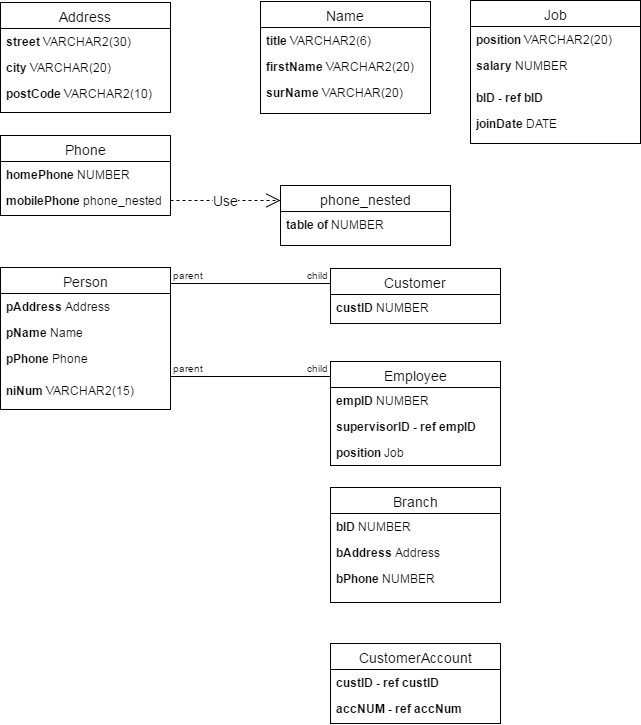
Before: Coursework/UML Diagram.png, a diagram exported from draw.io (tomkopx/Advanced-databases). Source tidied: cells renumbered, new cells last; positions are measured from the earlier drawing's top-left corner, leaving out a move shared by most shapes.
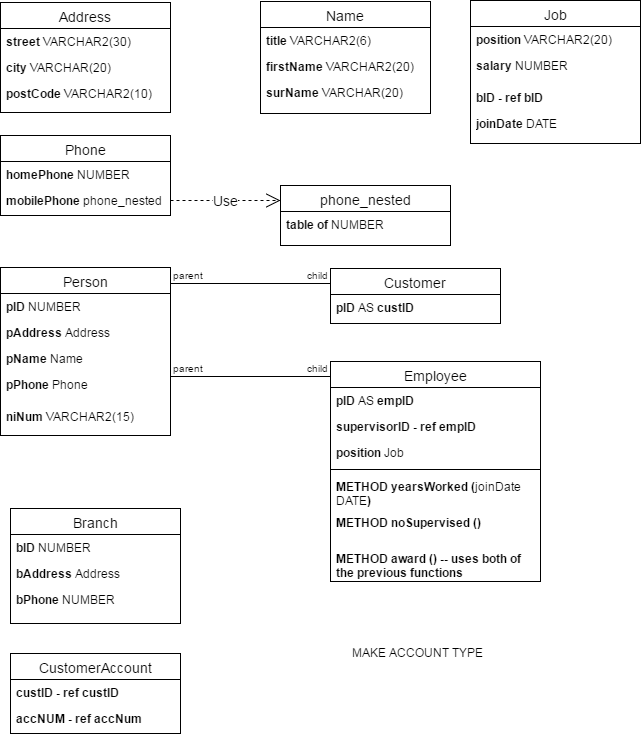
The same file after the commit.

What changed in the source:
```diff
@@ -60,24 +60,27 @@
       <mxGeometry y="110" width="170" height="26" as="geometry" />
     </mxCell>
     <mxCell id="21" value="Person" style="swimlane;html=1;fontStyle=0;horizontal=1;startSize=26;fillColor=none;swimlaneFillColor=#ffffff;fontSize=14;" parent="1" vertex="1">
-      <mxGeometry y="267" width="170" height="142" as="geometry" />
+      <mxGeometry y="267" width="170" height="168" as="geometry" />
     </mxCell>
-    <mxCell id="22" value="&lt;b&gt;pAddress &lt;/b&gt;Address" style="text;html=1;strokeColor=none;fillColor=none;align=left;verticalAlign=top;spacingLeft=4;spacingRight=4;whiteSpace=wrap;overflow=hidden;" parent="21" vertex="1">
+    <mxCell id="22" value="&lt;b&gt;pID &lt;/b&gt;NUMBER" style="text;html=1;strokeColor=none;fillColor=none;align=left;verticalAlign=top;spacingLeft=4;spacingRight=4;whiteSpace=wrap;overflow=hidden;" parent="21" vertex="1">
       <mxGeometry y="26" width="170" height="26" as="geometry" />
     </mxCell>
+    <mxCell id="45" value="&lt;b&gt;pAddress &lt;/b&gt;Address" style="text;html=1;strokeColor=none;fillColor=none;align=left;verticalAlign=top;spacingLeft=4;spacingRight=4;whiteSpace=wrap;overflow=hidden;" parent="21" vertex="1">
+      <mxGeometry y="52" width="170" height="26" as="geometry" />
+    </mxCell>
     <mxCell id="23" value="&lt;b&gt;pName &lt;/b&gt;Name" style="text;html=1;strokeColor=none;fillColor=none;align=left;verticalAlign=top;spacingLeft=4;spacingRight=4;whiteSpace=wrap;overflow=hidden;" parent="21" vertex="1">
-      <mxGeometry y="52" width="170" height="26" as="geometry" />
+      <mxGeometry y="78" width="170" height="26" as="geometry" />
     </mxCell>
     <mxCell id="24" value="&lt;b&gt;pPhone &lt;/b&gt;Phone" style="text;html=1;strokeColor=none;fillColor=none;align=left;verticalAlign=top;spacingLeft=4;spacingRight=4;whiteSpace=wrap;overflow=hidden;" parent="21" vertex="1">
-      <mxGeometry y="78" width="170" height="32" as="geometry" />
+      <mxGeometry y="104" width="170" height="32" as="geometry" />
     </mxCell>
     <mxCell id="25" value="&lt;b&gt;niNum &lt;/b&gt;VARCHAR2(15)" style="text;html=1;strokeColor=none;fillColor=none;align=left;verticalAlign=top;spacingLeft=4;spacingRight=4;whiteSpace=wrap;overflow=hidden;" parent="21" vertex="1">
-      <mxGeometry y="110" width="170" height="32" as="geometry" />
+      <mxGeometry y="136" width="170" height="32" as="geometry" />
     </mxCell>
     <mxCell id="26" value="Customer" style="swimlane;html=1;fontStyle=0;horizontal=1;startSize=26;fillColor=none;swimlaneFillColor=#ffffff;fontSize=14;" parent="1" vertex="1">
       <mxGeometry x="330" y="268" width="170" height="55" as="geometry" />
     </mxCell>
-    <mxCell id="27" value="&lt;b&gt;custID &lt;/b&gt;NUMBER" style="text;html=1;strokeColor=none;fillColor=none;align=left;verticalAlign=top;spacingLeft=4;spacingRight=4;whiteSpace=wrap;overflow=hidden;" parent="26" vertex="1">
+    <mxCell id="27" value="&lt;b&gt;pID &lt;/b&gt;AS &lt;b&gt;custID&lt;/b&gt;" style="text;html=1;strokeColor=none;fillColor=none;align=left;verticalAlign=top;spacingLeft=4;spacingRight=4;whiteSpace=wrap;overflow=hidden;" parent="26" vertex="1">
       <mxGeometry y="26" width="170" height="26" as="geometry" />
     </mxCell>
     <mxCell id="28" style="endArrow=none;html=1;edgeStyle=orthogonalEdgeStyle;fontSize=14;" parent="1" edge="1">
@@ -93,17 +96,29 @@
       <mxGeometry x="1" relative="1" as="geometry" />
     </mxCell>
     <mxCell id="31" value="Employee" style="swimlane;html=1;fontStyle=0;horizontal=1;startSize=26;fillColor=none;swimlaneFillColor=#ffffff;fontSize=14;" parent="1" vertex="1">
-      <mxGeometry x="330" y="361" width="170" height="104" as="geometry" />
+      <mxGeometry x="330" y="361" width="210" height="220" as="geometry" />
     </mxCell>
-    <mxCell id="32" value="&lt;b&gt;empID &lt;/b&gt;NUMBER" style="text;html=1;strokeColor=none;fillColor=none;align=left;verticalAlign=top;spacingLeft=4;spacingRight=4;whiteSpace=wrap;overflow=hidden;" parent="31" vertex="1">
-      <mxGeometry y="26" width="170" height="26" as="geometry" />
+    <mxCell id="32" value="&lt;b&gt;pID &lt;/b&gt;AS &lt;b&gt;empID&lt;/b&gt;" style="text;html=1;strokeColor=none;fillColor=none;align=left;verticalAlign=top;spacingLeft=4;spacingRight=4;whiteSpace=wrap;overflow=hidden;" parent="31" vertex="1">
+      <mxGeometry y="26" width="210" height="26" as="geometry" />
     </mxCell>
     <mxCell id="33" value="&lt;b&gt;supervisorID - ref&amp;nbsp;&lt;/b&gt;&lt;b&gt;empID&lt;/b&gt;" style="text;html=1;strokeColor=none;fillColor=none;align=left;verticalAlign=top;spacingLeft=4;spacingRight=4;whiteSpace=wrap;overflow=hidden;" parent="31" vertex="1">
-      <mxGeometry y="52" width="170" height="26" as="geometry" />
+      <mxGeometry y="52" width="210" height="26" as="geometry" />
     </mxCell>
     <mxCell id="34" value="&lt;b&gt;position &lt;/b&gt;Job" style="text;html=1;strokeColor=none;fillColor=none;align=left;verticalAlign=top;spacingLeft=4;spacingRight=4;whiteSpace=wrap;overflow=hidden;" parent="31" vertex="1">
-      <mxGeometry y="78" width="170" height="26" as="geometry" />
+      <mxGeometry y="78" width="210" height="26" as="geometry" />
     </mxCell>
+    <mxCell id="46" style="line;html=1;strokeWidth=1;fillColor=none;align=left;verticalAlign=middle;spacingTop=-1;spacingLeft=3;spacingRight=3;labelPosition=right;" parent="31" vertex="1">
+      <mxGeometry y="104" width="210" height="8" as="geometry" />
+    </mxCell>
+    <mxCell id="47" value="&lt;b&gt;METHOD yearsWorked (&lt;/b&gt;joinDate DATE&lt;b&gt;)&lt;/b&gt;" style="text;html=1;strokeColor=none;fillColor=none;align=left;verticalAlign=top;spacingLeft=4;spacingRight=4;whiteSpace=wrap;overflow=hidden;perimeterSpacing=5;" parent="31" vertex="1">
+      <mxGeometry y="112" width="210" height="36" as="geometry" />
+    </mxCell>
+    <mxCell id="48" value="&lt;b&gt;METHOD noSupervised (&lt;/b&gt;&lt;b&gt;)&lt;/b&gt;" style="text;html=1;strokeColor=none;fillColor=none;align=left;verticalAlign=top;spacingLeft=4;spacingRight=4;whiteSpace=wrap;overflow=hidden;" parent="31" vertex="1">
+      <mxGeometry y="148" width="210" height="36" as="geometry" />
+    </mxCell>
+    <mxCell id="49" value="&lt;b&gt;METHOD award (&lt;/b&gt;&lt;b&gt;) -- uses both of the previous functions&lt;/b&gt;" style="text;html=1;strokeColor=none;fillColor=none;align=left;verticalAlign=top;spacingLeft=4;spacingRight=4;whiteSpace=wrap;overflow=hidden;" parent="31" vertex="1">
+      <mxGeometry y="184" width="210" height="36" as="geometry" />
+    </mxCell>
     <mxCell id="35" style="endArrow=none;html=1;edgeStyle=orthogonalEdgeStyle;fontSize=14;" parent="1" edge="1">
       <mxGeometry x="320" y="443" as="geometry">
         <mxPoint x="170" y="376" as="sourcePoint" />
@@ -117,7 +132,7 @@
       <mxGeometry x="1" relative="1" as="geometry" />
     </mxCell>
     <mxCell id="38" value="Branch" style="swimlane;html=1;fontStyle=0;horizontal=1;startSize=26;fillColor=none;swimlaneFillColor=#ffffff;fontSize=14;" parent="1" vertex="1">
-      <mxGeometry x="330" y="487" width="170" height="115" as="geometry" />
+      <mxGeometry x="10" y="508" width="170" height="115" as="geometry" />
     </mxCell>
     <mxCell id="39" value="&lt;b&gt;bID&amp;nbsp;&lt;/b&gt;NUMBER" style="text;html=1;strokeColor=none;fillColor=none;align=left;verticalAlign=top;spacingLeft=4;spacingRight=4;whiteSpace=wrap;overflow=hidden;" parent="38" vertex="1">
       <mxGeometry y="26" width="170" height="26" as="geometry" />
@@ -129,7 +144,7 @@
       <mxGeometry y="78" width="170" height="32" as="geometry" />
     </mxCell>
     <mxCell id="42" value="CustomerAccount" style="swimlane;html=1;fontStyle=0;horizontal=1;startSize=26;fillColor=none;swimlaneFillColor=#ffffff;fontSize=14;" parent="1" vertex="1">
-      <mxGeometry x="330" y="643" width="170" height="80" as="geometry" />
+      <mxGeometry x="10" y="653" width="170" height="80" as="geometry" />
     </mxCell>
     <mxCell id="43" value="&lt;b&gt;custID - ref custID&lt;/b&gt;" style="text;html=1;strokeColor=none;fillColor=none;align=left;verticalAlign=top;spacingLeft=4;spacingRight=4;whiteSpace=wrap;overflow=hidden;" parent="42" vertex="1">
       <mxGeometry y="26" width="170" height="26" as="geometry" />
@@ -137,5 +152,8 @@
     <mxCell id="44" value="&lt;b&gt;accNUM - ref accNum&lt;/b&gt;" style="text;html=1;strokeColor=none;fillColor=none;align=left;verticalAlign=top;spacingLeft=4;spacingRight=4;whiteSpace=wrap;overflow=hidden;" parent="42" vertex="1">
       <mxGeometry y="52" width="170" height="26" as="geometry" />
     </mxCell>
+    <mxCell id="50" value="MAKE ACCOUNT TYPE" style="text;html=1;align=left;verticalAlign=top;spacingTop=-4;" parent="1" vertex="1">
+      <mxGeometry x="350" y="643" width="150" height="20" as="geometry" />
+    </mxCell>
   </root>
 </mxGraphModel>
```
